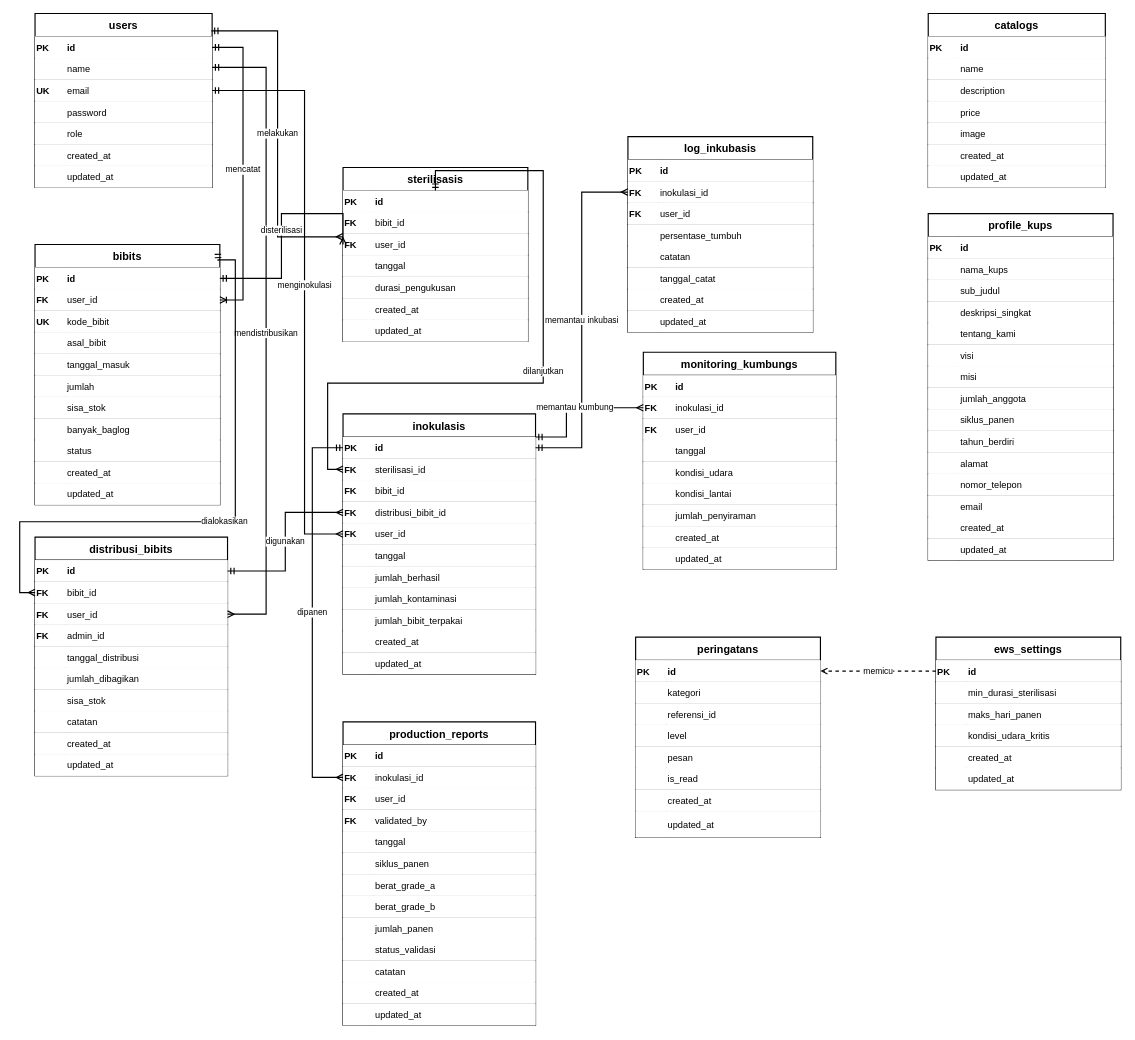
This is erd_jamur_tiram_final_rapiiii.drawio from DaraAnggunJelita/jamur_tiram, a draw.io file, before an edit. Source tidied: cells renumbered, new cells numbered last; positions are measured from the earlier drawing's top-left corner, leaving out a move shared by most shapes. Both pictures are drawn from the tidied source at 77%, with x=0, y=0 at pixel (19, 13).
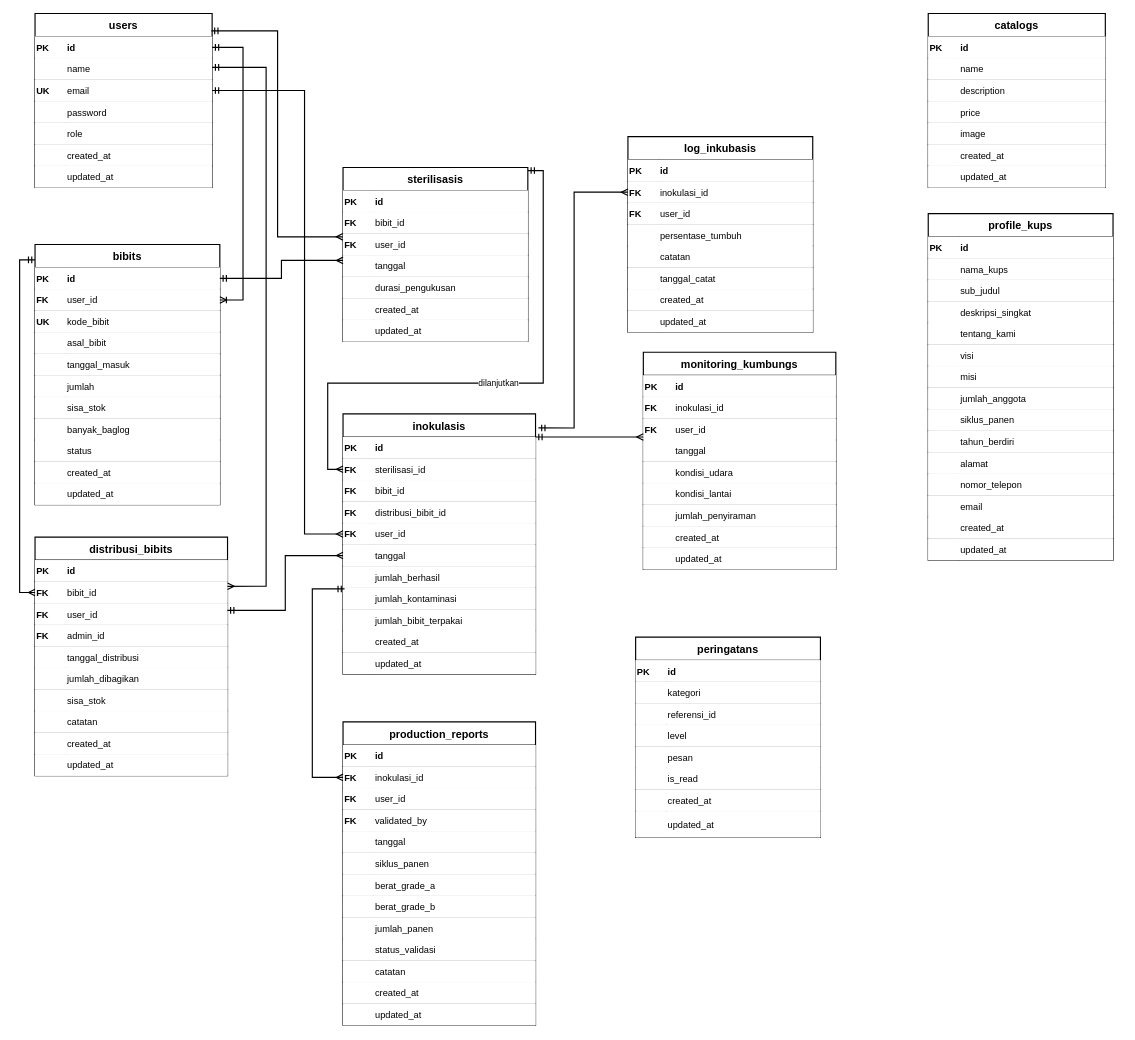
The same diagram, later.

The change refers to these unchanged cells:
```xml
<mxCell id="2" value="users" style="shape=table;startSize=30;childLayout=tableLayout;rowLines=1;fontStyle=1;align=center;fontSize=14;strokeWidth=1.5;fillColor=#ffffff;strokeColor=#000000;" parent="1" vertex="1">
  <mxGeometry x="20" width="230" height="226" as="geometry" />
</mxCell>
<mxCell id="3" style="shape=tableRow;horizontal=0;startSize=0;swimlaneHead=0;swimlaneBody=0;points=[[0,0.5],[1,0.5]];portConstraint=eastwest;fontSize=12;top=0;left=0;right=0;bottom=1;align=left;strokeWidth=1;" parent="2" vertex="1">
  <mxGeometry y="30" width="230" height="28" as="geometry" />
</mxCell>
<mxCell id="24" value="bibits" style="shape=table;startSize=30;childLayout=tableLayout;rowLines=1;fontStyle=1;align=center;fontSize=14;strokeWidth=1.5;fillColor=#ffffff;strokeColor=#000000;" parent="1" vertex="1">
  <mxGeometry x="20" y="300" width="240" height="338" as="geometry" />
</mxCell>
<mxCell id="25" style="shape=tableRow;horizontal=0;startSize=0;swimlaneHead=0;swimlaneBody=0;points=[[0,0.5],[1,0.5]];portConstraint=eastwest;fontSize=12;top=0;left=0;right=0;bottom=1;align=left;strokeWidth=1;" parent="24" vertex="1">
  <mxGeometry y="30" width="240" height="28" as="geometry" />
</mxCell>
<mxCell id="28" style="shape=tableRow;horizontal=0;startSize=0;swimlaneHead=0;swimlaneBody=0;points=[[0,0.5],[1,0.5]];portConstraint=eastwest;fontSize=12;top=0;left=0;right=0;bottom=1;align=left;strokeWidth=1;" parent="24" vertex="1">
  <mxGeometry y="58" width="240" height="28" as="geometry" />
</mxCell>
<mxCell id="59" style="shape=tableRow;horizontal=0;startSize=0;swimlaneHead=0;swimlaneBody=0;points=[[0,0.5],[1,0.5]];portConstraint=eastwest;fontSize=12;top=0;left=0;right=0;bottom=1;align=left;strokeWidth=1;" parent="58" vertex="1">
  <mxGeometry y="30" width="250" height="28" as="geometry" />
</mxCell>
<mxCell id="62" style="shape=tableRow;horizontal=0;startSize=0;swimlaneHead=0;swimlaneBody=0;points=[[0,0.5],[1,0.5]];portConstraint=eastwest;fontSize=12;top=0;left=0;right=0;bottom=1;align=left;strokeWidth=1;" parent="58" vertex="1">
  <mxGeometry y="58" width="250" height="28" as="geometry" />
</mxCell>
<mxCell id="65" style="shape=tableRow;horizontal=0;startSize=0;swimlaneHead=0;swimlaneBody=0;points=[[0,0.5],[1,0.5]];portConstraint=eastwest;fontSize=12;top=0;left=0;right=0;bottom=1;align=left;strokeWidth=1;" parent="58" vertex="1">
  <mxGeometry y="86" width="250" height="28" as="geometry" />
</mxCell>
<mxCell id="89" value="sterilisasis" style="shape=table;startSize=30;childLayout=tableLayout;rowLines=1;fontStyle=1;align=center;fontSize=14;strokeWidth=1.5;fillColor=#ffffff;strokeColor=#000000;" parent="1" vertex="1">
  <mxGeometry x="420" y="200" width="240" height="226" as="geometry" />
</mxCell>
<mxCell id="90" style="shape=tableRow;horizontal=0;startSize=0;swimlaneHead=0;swimlaneBody=0;points=[[0,0.5],[1,0.5]];portConstraint=eastwest;fontSize=12;top=0;left=0;right=0;bottom=1;align=left;strokeWidth=1;" parent="89" vertex="1">
  <mxGeometry y="30" width="240" height="28" as="geometry" />
</mxCell>
<mxCell id="96" style="shape=tableRow;horizontal=0;startSize=0;swimlaneHead=0;swimlaneBody=0;points=[[0,0.5],[1,0.5]];portConstraint=eastwest;fontSize=12;top=0;left=0;right=0;bottom=1;align=left;strokeWidth=1;" parent="89" vertex="1">
  <mxGeometry y="86" width="240" height="28" as="geometry" />
</mxCell>
<mxCell id="99" style="shape=tableRow;horizontal=0;startSize=0;swimlaneHead=0;swimlaneBody=0;points=[[0,0.5],[1,0.5]];portConstraint=eastwest;fontSize=12;top=0;left=0;right=0;bottom=1;align=left;strokeWidth=1;" parent="89" vertex="1">
  <mxGeometry y="114" width="240" height="28" as="geometry" />
</mxCell>
<mxCell id="111" value="inokulasis" style="shape=table;startSize=30;childLayout=tableLayout;rowLines=1;fontStyle=1;align=center;fontSize=14;strokeWidth=1.5;fillColor=#ffffff;strokeColor=#000000;" parent="1" vertex="1">
  <mxGeometry x="420" y="520" width="250" height="338" as="geometry" />
</mxCell>
<mxCell id="112" style="shape=tableRow;horizontal=0;startSize=0;swimlaneHead=0;swimlaneBody=0;points=[[0,0.5],[1,0.5]];portConstraint=eastwest;fontSize=12;top=0;left=0;right=0;bottom=1;align=left;strokeWidth=1;" parent="111" vertex="1">
  <mxGeometry y="30" width="250" height="28" as="geometry" />
</mxCell>
<mxCell id="115" style="shape=tableRow;horizontal=0;startSize=0;swimlaneHead=0;swimlaneBody=0;points=[[0,0.5],[1,0.5]];portConstraint=eastwest;fontSize=12;top=0;left=0;right=0;bottom=1;align=left;strokeWidth=1;" parent="111" vertex="1">
  <mxGeometry y="58" width="250" height="28" as="geometry" />
</mxCell>
<mxCell id="121" style="shape=tableRow;horizontal=0;startSize=0;swimlaneHead=0;swimlaneBody=0;points=[[0,0.5],[1,0.5]];portConstraint=eastwest;fontSize=12;top=0;left=0;right=0;bottom=1;align=left;strokeWidth=1;" parent="111" vertex="1">
  <mxGeometry y="114" width="250" height="28" as="geometry" />
</mxCell>
<mxCell id="124" style="shape=tableRow;horizontal=0;startSize=0;swimlaneHead=0;swimlaneBody=0;points=[[0,0.5],[1,0.5]];portConstraint=eastwest;fontSize=12;top=0;left=0;right=0;bottom=1;align=left;strokeWidth=1;" parent="111" vertex="1">
  <mxGeometry y="142" width="250" height="28" as="geometry" />
</mxCell>
<mxCell id="127" style="shape=tableRow;horizontal=0;startSize=0;swimlaneHead=0;swimlaneBody=0;points=[[0,0.5],[1,0.5]];portConstraint=eastwest;fontSize=12;top=0;left=0;right=0;bottom=1;align=left;strokeWidth=1;" parent="111" vertex="1">
  <mxGeometry y="170" width="250" height="28" as="geometry" />
</mxCell>
<mxCell id="133" style="shape=tableRow;horizontal=0;startSize=0;swimlaneHead=0;swimlaneBody=0;points=[[0,0.5],[1,0.5]];portConstraint=eastwest;fontSize=12;top=0;left=0;right=0;bottom=1;align=left;strokeWidth=1;" parent="111" vertex="1">
  <mxGeometry y="226" width="250" height="28" as="geometry" />
</mxCell>
<mxCell id="149" style="shape=tableRow;horizontal=0;startSize=0;swimlaneHead=0;swimlaneBody=0;points=[[0,0.5],[1,0.5]];portConstraint=eastwest;fontSize=12;top=0;left=0;right=0;bottom=1;align=left;strokeWidth=1;" parent="145" vertex="1">
  <mxGeometry y="58" width="250" height="28" as="geometry" />
</mxCell>
<mxCell id="189" style="shape=tableRow;horizontal=0;startSize=0;swimlaneHead=0;swimlaneBody=0;points=[[0,0.5],[1,0.5]];portConstraint=eastwest;fontSize=12;top=0;left=0;right=0;bottom=1;align=left;strokeWidth=1;" parent="185" vertex="1">
  <mxGeometry y="58" width="240" height="28" as="geometry" />
</mxCell>
<mxCell id="210" value="monitoring_kumbungs" style="shape=table;startSize=30;childLayout=tableLayout;rowLines=1;fontStyle=1;align=center;fontSize=14;strokeWidth=1.5;fillColor=#ffffff;strokeColor=#000000;" parent="1" vertex="1">
  <mxGeometry x="810" y="440" width="250" height="282" as="geometry" />
</mxCell>
<mxCell id="214" style="shape=tableRow;horizontal=0;startSize=0;swimlaneHead=0;swimlaneBody=0;points=[[0,0.5],[1,0.5]];portConstraint=eastwest;fontSize=12;top=0;left=0;right=0;bottom=1;align=left;strokeWidth=1;" parent="210" vertex="1">
  <mxGeometry y="58" width="250" height="28" as="geometry" />
</mxCell>
<mxCell id="326" style="shape=tableRow;horizontal=0;startSize=0;swimlaneHead=0;swimlaneBody=0;points=[[0,0.5],[1,0.5]];portConstraint=eastwest;fontSize=12;top=0;left=0;right=0;bottom=1;align=left;strokeWidth=1;" parent="325" vertex="1">
  <mxGeometry y="30" width="240" height="28" as="geometry" />
</mxCell>
```

The edit, as a diff of the source:
```diff
@@
-    <mxCell id="306" value="ews_settings" style="shape=table;startSize=30;childLayout=tableLayout;rowLines=1;fontStyle=1;align=center;fontSize=14;strokeWidth=1.5;fillColor=#ffffff;strokeColor=#000000;" parent="1" vertex="1">
-      <mxGeometry x="1190" y="810" width="240" height="198" as="geometry" />
-    </mxCell>
-    <mxCell id="307" style="shape=tableRow;horizontal=0;startSize=0;swimlaneHead=0;swimlaneBody=0;points=[[0,0.5],[1,0.5]];portConstraint=eastwest;fontSize=12;top=0;left=0;right=0;bottom=1;align=left;strokeWidth=1;" parent="306" vertex="1">
-      <mxGeometry y="30" width="240" height="28" as="geometry" />
-    </mxCell>
-    <mxCell id="308" value="PK" style="shape=partialRectangle;top=0;left=0;bottom=0;right=0;fontStyle=1;overflow=hidden;align=left;strokeWidth=1;fillColor=#ffffff;strokeColor=#000000;" parent="307" vertex="1">
-      <mxGeometry width="40" height="28" as="geometry" />
-    </mxCell>
-    <mxCell id="309" value="id" style="shape=partialRectangle;top=0;left=0;bottom=0;right=0;overflow=hidden;align=left;strokeWidth=1;fontStyle=1;fillColor=#ffffff;strokeColor=#000000;" parent="307" vertex="1">
-      <mxGeometry x="40" width="200" height="28" as="geometry" />
-    </mxCell>
-    <mxCell id="310" style="shape=tableRow;horizontal=0;startSize=0;swimlaneHead=0;swimlaneBody=0;fontSize=12;top=0;left=0;right=0;bottom=1;align=left;strokeWidth=1;" parent="306" vertex="1">
-      <mxGeometry y="58" width="240" height="28" as="geometry" />
-    </mxCell>
-    <mxCell id="311" style="shape=partialRectangle;top=0;left=0;bottom=0;right=0;overflow=hidden;align=left;strokeWidth=1;fillColor=#ffffff;strokeColor=#000000;" parent="310" vertex="1">
-      <mxGeometry width="40" height="28" as="geometry" />
-    </mxCell>
-    <mxCell id="312" value="min_durasi_sterilisasi" style="shape=partialRectangle;top=0;left=0;bottom=0;right=0;overflow=hidden;align=left;strokeWidth=1;fillColor=#ffffff;strokeColor=#000000;" parent="310" vertex="1">
-      <mxGeometry x="40" width="200" height="28" as="geometry" />
-    </mxCell>
-    <mxCell id="313" style="shape=tableRow;horizontal=0;startSize=0;swimlaneHead=0;swimlaneBody=0;fontSize=12;top=0;left=0;right=0;bottom=1;align=left;strokeWidth=1;" parent="306" vertex="1">
-      <mxGeometry y="86" width="240" height="28" as="geometry" />
-    </mxCell>
-    <mxCell id="314" style="shape=partialRectangle;top=0;left=0;bottom=0;right=0;overflow=hidden;align=left;strokeWidth=1;fillColor=#ffffff;strokeColor=#000000;" parent="313" vertex="1">
-      <mxGeometry width="40" height="28" as="geometry" />
-    </mxCell>
-    <mxCell id="315" value="maks_hari_panen" style="shape=partialRectangle;top=0;left=0;bottom=0;right=0;overflow=hidden;align=left;strokeWidth=1;fillColor=#ffffff;strokeColor=#000000;" parent="313" vertex="1">
-      <mxGeometry x="40" width="200" height="28" as="geometry" />
-    </mxCell>
-    <mxCell id="316" style="shape=tableRow;horizontal=0;startSize=0;swimlaneHead=0;swimlaneBody=0;fontSize=12;top=0;left=0;right=0;bottom=1;align=left;strokeWidth=1;" parent="306" vertex="1">
-      <mxGeometry y="114" width="240" height="28" as="geometry" />
-    </mxCell>
-    <mxCell id="317" style="shape=partialRectangle;top=0;left=0;bottom=0;right=0;overflow=hidden;align=left;strokeWidth=1;fillColor=#ffffff;strokeColor=#000000;" parent="316" vertex="1">
-      <mxGeometry width="40" height="28" as="geometry" />
-    </mxCell>
-    <mxCell id="318" value="kondisi_udara_kritis" style="shape=partialRectangle;top=0;left=0;bottom=0;right=0;overflow=hidden;align=left;strokeWidth=1;fillColor=#ffffff;strokeColor=#000000;" parent="316" vertex="1">
-      <mxGeometry x="40" width="200" height="28" as="geometry" />
-    </mxCell>
-    <mxCell id="319" style="shape=tableRow;horizontal=0;startSize=0;swimlaneHead=0;swimlaneBody=0;fontSize=12;top=0;left=0;right=0;bottom=1;align=left;strokeWidth=1;" parent="306" vertex="1">
-      <mxGeometry y="142" width="240" height="28" as="geometry" />
-    </mxCell>
-    <mxCell id="320" style="shape=partialRectangle;top=0;left=0;bottom=0;right=0;overflow=hidden;align=left;strokeWidth=1;fillColor=#ffffff;strokeColor=#000000;" parent="319" vertex="1">
-      <mxGeometry width="40" height="28" as="geometry" />
-    </mxCell>
-    <mxCell id="321" value="created_at" style="shape=partialRectangle;top=0;left=0;bottom=0;right=0;overflow=hidden;align=left;strokeWidth=1;fillColor=#ffffff;strokeColor=#000000;" parent="319" vertex="1">
-      <mxGeometry x="40" width="200" height="28" as="geometry" />
-    </mxCell>
-    <mxCell id="322" style="shape=tableRow;horizontal=0;startSize=0;swimlaneHead=0;swimlaneBody=0;fontSize=12;top=0;left=0;right=0;bottom=0;align=left;strokeWidth=1;" parent="306" vertex="1">
-      <mxGeometry y="170" width="240" height="28" as="geometry" />
-    </mxCell>
-    <mxCell id="323" style="shape=partialRectangle;top=0;left=0;bottom=0;right=0;overflow=hidden;align=left;strokeWidth=1;fillColor=#ffffff;strokeColor=#000000;" parent="322" vertex="1">
-      <mxGeometry width="40" height="28" as="geometry" />
-    </mxCell>
-    <mxCell id="324" value="updated_at" style="shape=partialRectangle;top=0;left=0;bottom=0;right=0;overflow=hidden;align=left;strokeWidth=1;fillColor=#ffffff;strokeColor=#000000;" parent="322" vertex="1">
-      <mxGeometry x="40" width="200" height="28" as="geometry" />
-    </mxCell>
@@
-    <mxCell id="350" value="mencatat" style="edgeStyle=orthogonalEdgeStyle;rounded=0;jettySize=auto;html=1;endArrow=ERoneToMany;endFill=0;startArrow=ERmandOne;startFill=0;strokeWidth=1.5;strokeColor=#000000;" parent="1" edge="1" source="3" target="28">
+    <mxCell id="350" style="edgeStyle=orthogonalEdgeStyle;rounded=0;jettySize=auto;html=1;endArrow=ERoneToMany;endFill=0;startArrow=ERmandOne;startFill=0;strokeWidth=1.5;strokeColor=#000000;" parent="1" edge="1" source="3" target="28">
       <mxGeometry relative="1" as="geometry">
         <Array as="points">
           <mxPoint x="290.1" y="44.1" />
           <mxPoint x="290.1" y="372.1" />
         </Array>
       </mxGeometry>
     </mxCell>
-    <mxCell id="351" value="mendistribusikan" style="edgeStyle=orthogonalEdgeStyle;rounded=0;jettySize=auto;html=1;endArrow=ERmany;endFill=0;startArrow=ERmandOne;startFill=0;strokeWidth=1.5;strokeColor=#000000;" parent="1" edge="1" target="65">
+    <mxCell id="351" style="edgeStyle=orthogonalEdgeStyle;rounded=0;jettySize=auto;html=1;endArrow=ERmany;endFill=0;startArrow=ERmandOne;startFill=0;strokeWidth=1.5;strokeColor=#000000;entryX=1;entryY=0.212;entryDx=0;entryDy=0;entryPerimeter=0;" parent="1" edge="1" target="62">
       <mxGeometry relative="1" as="geometry">
         <mxPoint x="250" y="70" as="sourcePoint" />
         <Array as="points">
-          <mxPoint x="320.1" y="70.1" />
-          <mxPoint x="320.1" y="780.1" />
+          <mxPoint x="320.1" y="70" />
+          <mxPoint x="320.1" y="744" />
         </Array>
       </mxGeometry>
     </mxCell>
-    <mxCell id="352" value="melakukan" style="edgeStyle=orthogonalEdgeStyle;rounded=0;jettySize=auto;html=1;endArrow=ERmany;endFill=0;startArrow=ERmandOne;startFill=0;strokeWidth=1.5;strokeColor=#000000;exitX=0.996;exitY=0.1;exitDx=0;exitDy=0;exitPerimeter=0;entryX=-0.001;entryY=0.147;entryDx=0;entryDy=0;entryPerimeter=0;" parent="1" edge="1" source="2" target="96">
+    <mxCell id="352" style="edgeStyle=orthogonalEdgeStyle;rounded=0;jettySize=auto;html=1;endArrow=ERmany;endFill=0;startArrow=ERmandOne;startFill=0;strokeWidth=1.5;strokeColor=#000000;exitX=0.996;exitY=0.1;exitDx=0;exitDy=0;exitPerimeter=0;entryX=-0.001;entryY=0.147;entryDx=0;entryDy=0;entryPerimeter=0;" parent="1" edge="1" source="2" target="96">
       <mxGeometry relative="1" as="geometry" />
     </mxCell>
-    <mxCell id="353" value="menginokulasi" style="edgeStyle=orthogonalEdgeStyle;rounded=0;jettySize=auto;html=1;endArrow=ERmany;endFill=0;startArrow=ERmandOne;startFill=0;strokeWidth=1.5;strokeColor=#000000;" parent="1" edge="1" target="124">
+    <mxCell id="353" style="edgeStyle=orthogonalEdgeStyle;rounded=0;jettySize=auto;html=1;endArrow=ERmany;endFill=0;startArrow=ERmandOne;startFill=0;strokeWidth=1.5;strokeColor=#000000;" parent="1" edge="1" target="124">
       <mxGeometry relative="1" as="geometry">
         <mxPoint x="250" y="100" as="sourcePoint" />
         <Array as="points">
           <mxPoint x="370" y="100" />
           <mxPoint x="370" y="676" />
         </Array>
       </mxGeometry>
     </mxCell>
-    <mxCell id="354" value="disterilisasi" style="edgeStyle=orthogonalEdgeStyle;rounded=0;jettySize=auto;html=1;endArrow=ERmany;endFill=0;startArrow=ERmandOne;startFill=0;strokeWidth=1.5;strokeColor=#000000;entryX=0;entryY=0.5;entryDx=0;entryDy=0;" parent="1" edge="1" source="25" target="96">
+    <mxCell id="354" style="edgeStyle=orthogonalEdgeStyle;rounded=0;jettySize=auto;html=1;endArrow=ERmany;endFill=0;startArrow=ERmandOne;startFill=0;strokeWidth=1.5;strokeColor=#000000;entryX=0;entryY=0.238;entryDx=0;entryDy=0;entryPerimeter=0;" parent="1" edge="1" source="25" target="99">
       <mxGeometry relative="1" as="geometry">
         <Array as="points">
           <mxPoint x="340" y="344" />
-          <mxPoint x="340" y="260" />
+          <mxPoint x="340" y="320.7" />
         </Array>
       </mxGeometry>
     </mxCell>
-    <mxCell id="355" value="dialokasikan" style="edgeStyle=orthogonalEdgeStyle;rounded=0;jettySize=auto;html=1;endArrow=ERmany;endFill=0;startArrow=ERmandOne;startFill=0;strokeWidth=1.5;strokeColor=#000000;exitX=0.991;exitY=0.063;exitDx=0;exitDy=0;exitPerimeter=0;" parent="1" edge="1" source="24" target="62">
+    <mxCell id="355" style="edgeStyle=orthogonalEdgeStyle;rounded=0;jettySize=auto;html=1;endArrow=ERmany;endFill=0;startArrow=ERmandOne;startFill=0;strokeWidth=1.5;strokeColor=#000000;" parent="1" edge="1" source="24" target="62">
       <mxGeometry relative="1" as="geometry">
         <Array as="points">
-          <mxPoint x="280.1" y="320.1" />
-          <mxPoint x="280.1" y="660.1" />
-          <mxPoint x="0.1" y="660.1" />
-          <mxPoint x="0.1" y="752.1" />
+          <mxPoint y="320" />
+          <mxPoint y="752" />
         </Array>
       </mxGeometry>
     </mxCell>
-    <mxCell id="356" value="dilanjutkan" style="edgeStyle=orthogonalEdgeStyle;rounded=0;jettySize=auto;html=1;endArrow=ERmany;endFill=0;startArrow=ERmandOne;startFill=0;strokeWidth=1.5;strokeColor=#000000;" parent="1" edge="1" source="90" target="115">
+    <mxCell id="356" value="dilanjutkan" style="edgeStyle=orthogonalEdgeStyle;rounded=0;jettySize=auto;html=1;endArrow=ERmany;endFill=0;startArrow=ERmandOne;startFill=0;strokeWidth=1.5;strokeColor=#000000;" parent="1" edge="1" source="89" target="115">
       <mxGeometry relative="1" as="geometry">
         <Array as="points">
           <mxPoint x="680" y="204" />
           <mxPoint x="680" y="480" />
-          <mxPoint x="400" y="480" />
-          <mxPoint x="400" y="592" />
+          <mxPoint x="400.1" y="480" />
+          <mxPoint x="400.1" y="592" />
         </Array>
       </mxGeometry>
     </mxCell>
-    <mxCell id="357" value="digunakan" style="edgeStyle=orthogonalEdgeStyle;rounded=0;jettySize=auto;html=1;endArrow=ERmany;endFill=0;startArrow=ERmandOne;startFill=0;strokeWidth=1.5;strokeColor=#000000;entryX=0;entryY=0.5;entryDx=0;entryDy=0;" parent="1" edge="1" source="59" target="121">
+    <mxCell id="357" style="edgeStyle=orthogonalEdgeStyle;rounded=0;jettySize=auto;html=1;endArrow=ERmany;endFill=0;startArrow=ERmandOne;startFill=0;strokeWidth=1.5;strokeColor=#000000;exitX=0.999;exitY=0.329;exitDx=0;exitDy=0;exitPerimeter=0;" parent="1" edge="1" source="65" target="127">
       <mxGeometry relative="1" as="geometry" />
     </mxCell>
-    <mxCell id="358" value="memantau inkubasi" style="edgeStyle=orthogonalEdgeStyle;rounded=0;jettySize=auto;html=1;endArrow=ERmany;endFill=0;startArrow=ERmandOne;startFill=0;strokeWidth=1.5;strokeColor=#000000;" parent="1" edge="1" source="112" target="189">
-      <mxGeometry relative="1" as="geometry" />
+    <mxCell id="358" style="edgeStyle=orthogonalEdgeStyle;rounded=0;jettySize=auto;html=1;endArrow=ERmany;endFill=0;startArrow=ERmandOne;startFill=0;strokeWidth=1.5;strokeColor=#000000;exitX=1.015;exitY=0.054;exitDx=0;exitDy=0;exitPerimeter=0;" parent="1" edge="1" source="111" target="189">
+      <mxGeometry relative="1" as="geometry">
+        <Array as="points">
+          <mxPoint x="720.1" y="538.3" />
+          <mxPoint x="720.1" y="232.1" />
+        </Array>
+      </mxGeometry>
     </mxCell>
-    <mxCell id="359" value="memantau kumbung" style="edgeStyle=orthogonalEdgeStyle;rounded=0;jettySize=auto;html=1;endArrow=ERmany;endFill=0;startArrow=ERmandOne;startFill=0;strokeWidth=1.5;strokeColor=#000000;exitX=1;exitY=0;exitDx=0;exitDy=0;exitPerimeter=0;" parent="1" edge="1" source="112" target="214">
+    <mxCell id="359" style="edgeStyle=orthogonalEdgeStyle;rounded=0;jettySize=auto;html=1;endArrow=ERmany;endFill=0;startArrow=ERmandOne;startFill=0;strokeWidth=1.5;strokeColor=#000000;exitX=1;exitY=0;exitDx=0;exitDy=0;exitPerimeter=0;" parent="1" edge="1" source="112" target="210">
       <mxGeometry relative="1" as="geometry">
         <Array as="points">
-          <mxPoint x="710.1" y="550.1" />
-          <mxPoint x="710.1" y="512.1" />
+          <mxPoint x="760" y="550.1" />
+          <mxPoint x="760" y="550.1" />
         </Array>
       </mxGeometry>
     </mxCell>
-    <mxCell id="360" value="dipanen" style="edgeStyle=orthogonalEdgeStyle;rounded=0;jettySize=auto;html=1;endArrow=ERmany;endFill=0;startArrow=ERmandOne;startFill=0;strokeWidth=1.5;strokeColor=#000000;" parent="1" edge="1" source="112" target="149">
+    <mxCell id="360" style="edgeStyle=orthogonalEdgeStyle;rounded=0;jettySize=auto;html=1;endArrow=ERmany;endFill=0;startArrow=ERmandOne;startFill=0;strokeWidth=1.5;strokeColor=#000000;exitX=0.008;exitY=0.048;exitDx=0;exitDy=0;exitPerimeter=0;" parent="1" edge="1" source="133" target="149">
       <mxGeometry relative="1" as="geometry">
         <Array as="points">
-          <mxPoint x="380.1" y="564.1" />
+          <mxPoint x="380.1" y="747.3" />
           <mxPoint x="380.1" y="992.1" />
         </Array>
       </mxGeometry>
     </mxCell>
-    <mxCell id="361" value="memicu" style="edgeStyle=orthogonalEdgeStyle;rounded=0;jettySize=auto;html=1;endArrow=open;endFill=0;dashed=1;strokeWidth=1.5;strokeColor=#000000;" parent="1" edge="1" source="307" target="326">
-      <mxGeometry relative="1" as="geometry" />
-    </mxCell>
```
